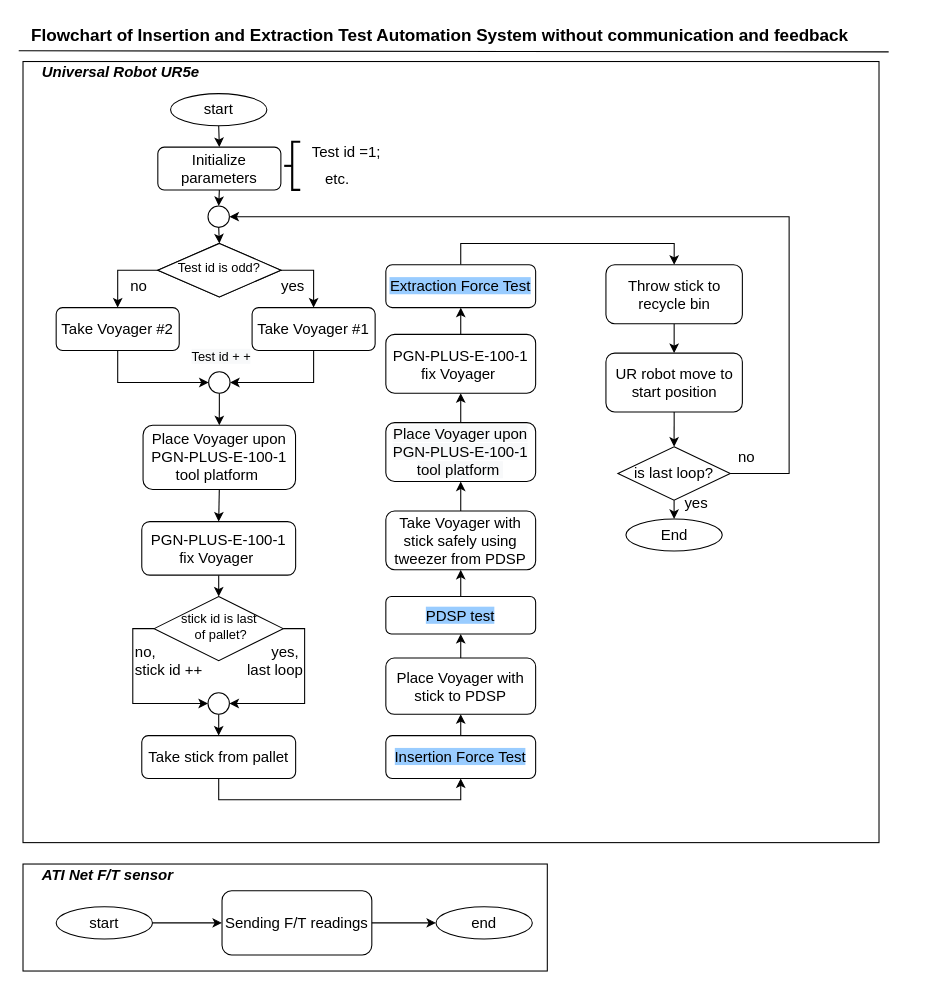
The draw.io diagram RRP project/0. Workflow-Previous System.drawio in VolcanHuang/Project_Demo, before the edit. Source tidied: cells renumbered, new cells numbered last; positions are measured from the earlier drawing's top-left corner, leaving out a move shared by most shapes. Both pictures are drawn from the tidied source at 107%, with x=0, y=0 at pixel (18, 18).
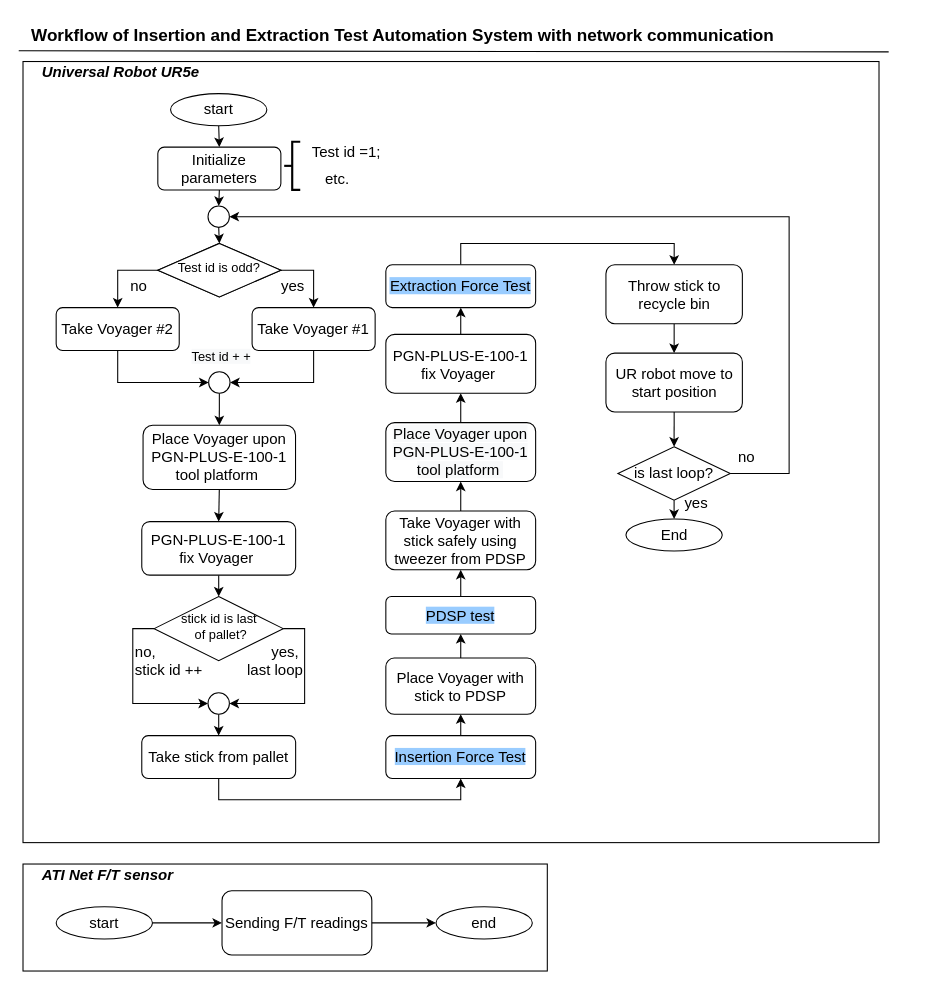
Above is the later version.

What changed in the source:
```diff
@@
-    <mxCell id="3" value="&lt;b&gt;&lt;font style=&quot;font-size: 16px&quot;&gt;Flowchart of Insertion and Extraction Test Automation System without communication and feedback&lt;/font&gt;&lt;/b&gt;" style="text;html=1;strokeColor=none;fillColor=none;align=left;verticalAlign=middle;whiteSpace=wrap;rounded=0;fontSize=14;" parent="1" vertex="1">
+    <mxCell id="3" value="&lt;b&gt;&lt;font style=&quot;font-size: 16px&quot;&gt;Workflow of Insertion and Extraction Test Automation System with network communication&lt;/font&gt;&lt;/b&gt;" style="text;html=1;strokeColor=none;fillColor=none;align=left;verticalAlign=middle;whiteSpace=wrap;rounded=0;fontSize=14;" parent="1" vertex="1">
       <mxGeometry x="10" width="840" height="30" as="geometry" />
     </mxCell>
```
